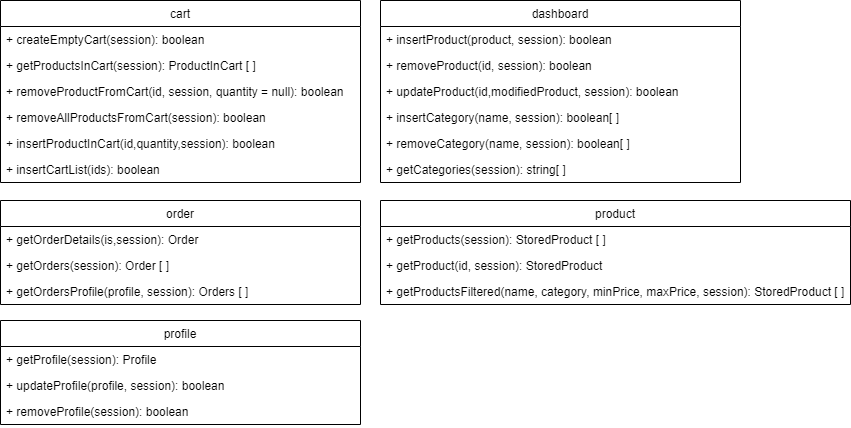
The draw.io diagram DocumentazioneEsterna/DeveloperManual/res/Architettura/Frontend/img/services_frontend_class.png in Omicron-Team/Documentazione, before a commit. Source tidied: cells renumbered, new cells last; positions are measured from the earlier drawing's top-left corner, leaving out a move shared by most shapes.
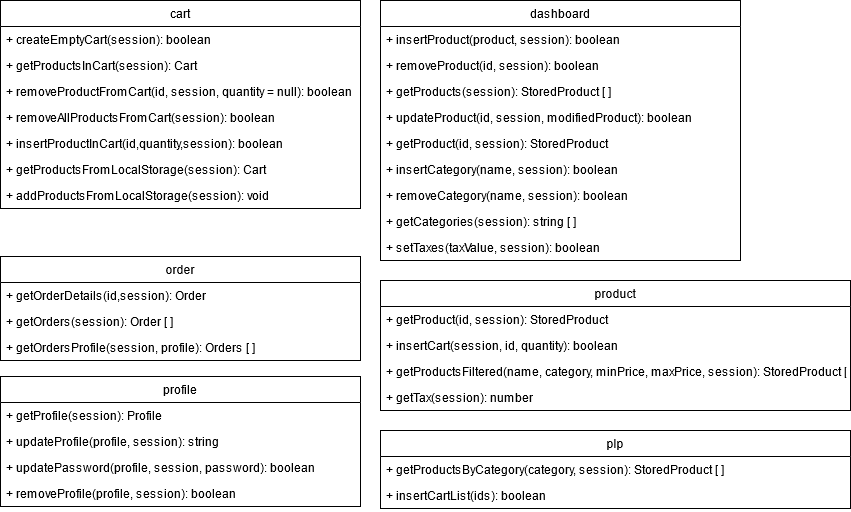
Above is the later version.

Commit message:
fix minori, fix grafici components, types, services e aggiunta alla tabella delle modifiche

Change to the diagram source:
```diff
@@ -3,12 +3,12 @@
     <mxCell id="0" />
     <mxCell id="1" parent="0" />
     <mxCell id="2" value="cart" style="swimlane;fontStyle=0;horizontal=1;startSize=26;fillColor=none;" parent="1" vertex="1">
-      <mxGeometry width="360" height="182" as="geometry" />
+      <mxGeometry width="360" height="208" as="geometry" />
     </mxCell>
     <mxCell id="3" value="+ createEmptyCart(session): boolean" style="text;strokeColor=none;fillColor=none;align=left;verticalAlign=top;spacingLeft=4;spacingRight=4;overflow=hidden;" parent="2" vertex="1">
       <mxGeometry y="26" width="360" height="26" as="geometry" />
     </mxCell>
-    <mxCell id="4" value="+ getProductsInCart(session): ProductInCart [ ]" style="text;strokeColor=none;fillColor=none;align=left;verticalAlign=top;spacingLeft=4;spacingRight=4;overflow=hidden;" parent="2" vertex="1">
+    <mxCell id="4" value="+ getProductsInCart(session): Cart" style="text;strokeColor=none;fillColor=none;align=left;verticalAlign=top;spacingLeft=4;spacingRight=4;overflow=hidden;" parent="2" vertex="1">
       <mxGeometry y="52" width="360" height="26" as="geometry" />
     </mxCell>
     <mxCell id="5" value="+ removeProductFromCart(id, session, quantity = null): boolean" style="text;strokeColor=none;fillColor=none;align=left;verticalAlign=top;spacingLeft=4;spacingRight=4;overflow=hidden;" parent="2" vertex="1">
@@ -20,11 +20,14 @@
     <mxCell id="7" value="+ insertProductInCart(id,quantity,session): boolean" style="text;strokeColor=none;fillColor=none;align=left;verticalAlign=top;spacingLeft=4;spacingRight=4;overflow=hidden;" parent="2" vertex="1">
       <mxGeometry y="130" width="360" height="26" as="geometry" />
     </mxCell>
-    <mxCell id="8" value="+ insertCartList(ids): boolean" style="text;strokeColor=none;fillColor=none;align=left;verticalAlign=top;spacingLeft=4;spacingRight=4;overflow=hidden;" parent="2" vertex="1">
-      <mxGeometry y="156" width="360" height="26" as="geometry" />
-    </mxCell>
+    <mxCell id="28" value="+ getProductsFromLocalStorage(session): Cart" style="text;strokeColor=none;fillColor=none;align=left;verticalAlign=top;spacingLeft=4;spacingRight=4;overflow=hidden;" parent="2" vertex="1">
+      <mxGeometry y="156" width="360" height="26" as="geometry" />
+    </mxCell>
+    <mxCell id="29" value="+ addProductsFromLocalStorage(session): void" style="text;strokeColor=none;fillColor=none;align=left;verticalAlign=top;spacingLeft=4;spacingRight=4;overflow=hidden;" parent="2" vertex="1">
+      <mxGeometry y="182" width="360" height="26" as="geometry" />
+    </mxCell>
     <mxCell id="9" value="dashboard" style="swimlane;fontStyle=0;horizontal=1;startSize=26;fillColor=none;" parent="1" vertex="1">
-      <mxGeometry x="380" width="360" height="182" as="geometry" />
+      <mxGeometry x="380" width="360" height="260" as="geometry" />
     </mxCell>
     <mxCell id="10" value="+ insertProduct(product, session): boolean" style="text;strokeColor=none;fillColor=none;align=left;verticalAlign=top;spacingLeft=4;spacingRight=4;overflow=hidden;" parent="9" vertex="1">
       <mxGeometry y="26" width="360" height="26" as="geometry" />
@@ -32,53 +35,77 @@
     <mxCell id="11" value="+ removeProduct(id, session): boolean" style="text;strokeColor=none;fillColor=none;align=left;verticalAlign=top;spacingLeft=4;spacingRight=4;overflow=hidden;" parent="9" vertex="1">
       <mxGeometry y="52" width="360" height="26" as="geometry" />
     </mxCell>
+    <mxCell id="30" value="+ getProducts(session): StoredProduct [ ]" style="text;strokeColor=none;fillColor=none;align=left;verticalAlign=top;spacingLeft=4;spacingRight=4;overflow=hidden;" parent="9" vertex="1">
+      <mxGeometry y="78" width="360" height="26" as="geometry" />
+    </mxCell>
-    <mxCell id="12" value="+ updateProduct(id,modifiedProduct, session): boolean" style="text;strokeColor=none;fillColor=none;align=left;verticalAlign=top;spacingLeft=4;spacingRight=4;overflow=hidden;" parent="9" vertex="1">
-      <mxGeometry y="78" width="360" height="26" as="geometry" />
+    <mxCell id="12" value="+ updateProduct(id, session, modifiedProduct): boolean" style="text;strokeColor=none;fillColor=none;align=left;verticalAlign=top;spacingLeft=4;spacingRight=4;overflow=hidden;" parent="9" vertex="1">
+      <mxGeometry y="104" width="360" height="26" as="geometry" />
     </mxCell>
+    <mxCell id="31" value="+ getProduct(id, session): StoredProduct" style="text;strokeColor=none;fillColor=none;align=left;verticalAlign=top;spacingLeft=4;spacingRight=4;overflow=hidden;" parent="9" vertex="1">
+      <mxGeometry y="130" width="360" height="26" as="geometry" />
+    </mxCell>
-    <mxCell id="13" value="+ insertCategory(name, session): boolean[ ]" style="text;strokeColor=none;fillColor=none;align=left;verticalAlign=top;spacingLeft=4;spacingRight=4;overflow=hidden;" parent="9" vertex="1">
-      <mxGeometry y="104" width="360" height="26" as="geometry" />
+    <mxCell id="13" value="+ insertCategory(name, session): boolean" style="text;strokeColor=none;fillColor=none;align=left;verticalAlign=top;spacingLeft=4;spacingRight=4;overflow=hidden;" parent="9" vertex="1">
+      <mxGeometry y="156" width="360" height="26" as="geometry" />
     </mxCell>
-    <mxCell id="14" value="+ removeCategory(name, session): boolean[ ]" style="text;strokeColor=none;fillColor=none;align=left;verticalAlign=top;spacingLeft=4;spacingRight=4;overflow=hidden;" parent="9" vertex="1">
-      <mxGeometry y="130" width="360" height="26" as="geometry" />
+    <mxCell id="14" value="+ removeCategory(name, session): boolean" style="text;strokeColor=none;fillColor=none;align=left;verticalAlign=top;spacingLeft=4;spacingRight=4;overflow=hidden;" parent="9" vertex="1">
+      <mxGeometry y="182" width="360" height="26" as="geometry" />
     </mxCell>
-    <mxCell id="15" value="+ getCategories(session): string[ ]" style="text;strokeColor=none;fillColor=none;align=left;verticalAlign=top;spacingLeft=4;spacingRight=4;overflow=hidden;" parent="9" vertex="1">
-      <mxGeometry y="156" width="360" height="26" as="geometry" />
+    <mxCell id="15" value="+ getCategories(session): string [ ]" style="text;strokeColor=none;fillColor=none;align=left;verticalAlign=top;spacingLeft=4;spacingRight=4;overflow=hidden;" parent="9" vertex="1">
+      <mxGeometry y="208" width="360" height="26" as="geometry" />
     </mxCell>
+    <mxCell id="32" value="+ setTaxes(taxValue, session): boolean" style="text;strokeColor=none;fillColor=none;align=left;verticalAlign=top;spacingLeft=4;spacingRight=4;overflow=hidden;" parent="9" vertex="1">
+      <mxGeometry y="234" width="360" height="26" as="geometry" />
+    </mxCell>
     <mxCell id="16" value="order" style="swimlane;fontStyle=0;horizontal=1;startSize=26;fillColor=none;" parent="1" vertex="1">
-      <mxGeometry y="200" width="360" height="104" as="geometry" />
+      <mxGeometry y="256" width="360" height="104" as="geometry" />
     </mxCell>
-    <mxCell id="17" value="+ getOrderDetails(is,session): Order" style="text;strokeColor=none;fillColor=none;align=left;verticalAlign=top;spacingLeft=4;spacingRight=4;overflow=hidden;" parent="16" vertex="1">
+    <mxCell id="17" value="+ getOrderDetails(id,session): Order" style="text;strokeColor=none;fillColor=none;align=left;verticalAlign=top;spacingLeft=4;spacingRight=4;overflow=hidden;" parent="16" vertex="1">
       <mxGeometry y="26" width="360" height="26" as="geometry" />
     </mxCell>
     <mxCell id="18" value="+ getOrders(session): Order [ ]" style="text;strokeColor=none;fillColor=none;align=left;verticalAlign=top;spacingLeft=4;spacingRight=4;overflow=hidden;" parent="16" vertex="1">
       <mxGeometry y="52" width="360" height="26" as="geometry" />
     </mxCell>
-    <mxCell id="19" value="+ getOrdersProfile(profile, session): Orders [ ]" style="text;strokeColor=none;fillColor=none;align=left;verticalAlign=top;spacingLeft=4;spacingRight=4;overflow=hidden;" parent="16" vertex="1">
+    <mxCell id="19" value="+ getOrdersProfile(session, profile): Orders [ ]" style="text;strokeColor=none;fillColor=none;align=left;verticalAlign=top;spacingLeft=4;spacingRight=4;overflow=hidden;" parent="16" vertex="1">
       <mxGeometry y="78" width="360" height="26" as="geometry" />
     </mxCell>
     <mxCell id="20" value="product" style="swimlane;fontStyle=0;horizontal=1;startSize=26;fillColor=none;" parent="1" vertex="1">
-      <mxGeometry x="380" y="200" width="470" height="104" as="geometry" />
+      <mxGeometry x="380" y="280" width="470" height="130" as="geometry" />
     </mxCell>
+    <mxCell id="22" value="+ getProduct(id, session): StoredProduct" style="text;strokeColor=none;fillColor=none;align=left;verticalAlign=top;spacingLeft=4;spacingRight=4;overflow=hidden;" parent="20" vertex="1">
+      <mxGeometry y="26" width="470" height="26" as="geometry" />
+    </mxCell>
-    <mxCell id="21" value="+ getProducts(session): StoredProduct [ ]" style="text;strokeColor=none;fillColor=none;align=left;verticalAlign=top;spacingLeft=4;spacingRight=4;overflow=hidden;" parent="20" vertex="1">
-      <mxGeometry y="26" width="470" height="26" as="geometry" />
+    <mxCell id="21" value="+ insertCart(session, id, quantity): boolean" style="text;strokeColor=none;fillColor=none;align=left;verticalAlign=top;spacingLeft=4;spacingRight=4;overflow=hidden;" parent="20" vertex="1">
+      <mxGeometry y="52" width="470" height="26" as="geometry" />
     </mxCell>
-    <mxCell id="22" value="+ getProduct(id, session): StoredProduct" style="text;strokeColor=none;fillColor=none;align=left;verticalAlign=top;spacingLeft=4;spacingRight=4;overflow=hidden;" parent="20" vertex="1">
-      <mxGeometry y="52" width="470" height="26" as="geometry" />
-    </mxCell>
     <mxCell id="23" value="+ getProductsFiltered(name, category, minPrice, maxPrice, session): StoredProduct [ ]" style="text;strokeColor=none;fillColor=none;align=left;verticalAlign=top;spacingLeft=4;spacingRight=4;overflow=hidden;" parent="20" vertex="1">
       <mxGeometry y="78" width="470" height="26" as="geometry" />
     </mxCell>
+    <mxCell id="33" value="+ getTax(session): number" style="text;strokeColor=none;fillColor=none;align=left;verticalAlign=top;spacingLeft=4;spacingRight=4;overflow=hidden;" parent="20" vertex="1">
+      <mxGeometry y="104" width="470" height="26" as="geometry" />
+    </mxCell>
     <mxCell id="24" value="profile" style="swimlane;fontStyle=0;horizontal=1;startSize=26;fillColor=none;" parent="1" vertex="1">
-      <mxGeometry y="320" width="360" height="104" as="geometry" />
+      <mxGeometry y="376" width="360" height="130" as="geometry" />
     </mxCell>
     <mxCell id="25" value="+ getProfile(session): Profile" style="text;strokeColor=none;fillColor=none;align=left;verticalAlign=top;spacingLeft=4;spacingRight=4;overflow=hidden;" parent="24" vertex="1">
       <mxGeometry y="26" width="360" height="26" as="geometry" />
     </mxCell>
-    <mxCell id="26" value="+ updateProfile(profile, session): boolean" style="text;strokeColor=none;fillColor=none;align=left;verticalAlign=top;spacingLeft=4;spacingRight=4;overflow=hidden;" parent="24" vertex="1">
+    <mxCell id="26" value="+ updateProfile(profile, session): string" style="text;strokeColor=none;fillColor=none;align=left;verticalAlign=top;spacingLeft=4;spacingRight=4;overflow=hidden;" parent="24" vertex="1">
       <mxGeometry y="52" width="360" height="26" as="geometry" />
     </mxCell>
+    <mxCell id="34" value="+ updatePassword(profile, session, password): boolean" style="text;strokeColor=none;fillColor=none;align=left;verticalAlign=top;spacingLeft=4;spacingRight=4;overflow=hidden;" parent="24" vertex="1">
+      <mxGeometry y="78" width="360" height="26" as="geometry" />
+    </mxCell>
-    <mxCell id="27" value="+ removeProfile(session): boolean" style="text;strokeColor=none;fillColor=none;align=left;verticalAlign=top;spacingLeft=4;spacingRight=4;overflow=hidden;" parent="24" vertex="1">
-      <mxGeometry y="78" width="360" height="26" as="geometry" />
+    <mxCell id="27" value="+ removeProfile(profile, session): boolean" style="text;strokeColor=none;fillColor=none;align=left;verticalAlign=top;spacingLeft=4;spacingRight=4;overflow=hidden;" parent="24" vertex="1">
+      <mxGeometry y="104" width="360" height="26" as="geometry" />
     </mxCell>
+    <mxCell id="35" value="plp" style="swimlane;fontStyle=0;horizontal=1;startSize=26;fillColor=none;" parent="1" vertex="1">
+      <mxGeometry x="380" y="430" width="470" height="78" as="geometry" />
+    </mxCell>
+    <mxCell id="36" value="+ getProductsByCategory(category, session): StoredProduct [ ]" style="text;strokeColor=none;fillColor=none;align=left;verticalAlign=top;spacingLeft=4;spacingRight=4;overflow=hidden;" parent="35" vertex="1">
+      <mxGeometry y="26" width="470" height="26" as="geometry" />
+    </mxCell>
+    <mxCell id="8" value="+ insertCartList(ids): boolean" style="text;strokeColor=none;fillColor=none;align=left;verticalAlign=top;spacingLeft=4;spacingRight=4;overflow=hidden;" parent="35" vertex="1">
+      <mxGeometry y="52" width="470" height="26" as="geometry" />
+    </mxCell>
   </root>
 </mxGraphModel>
```
